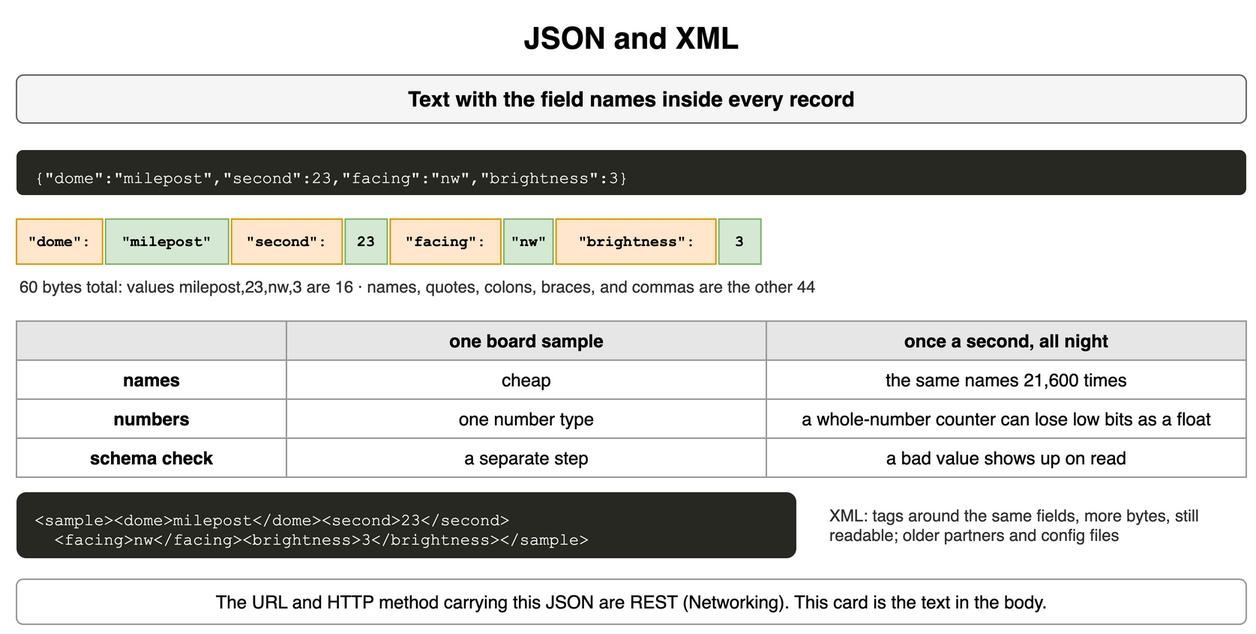
amendez13/swe-study-guide keeps this draw.io diagram as content/09_System_Design_Interview/14_Encoding_Serialization_and_Schema_Evolution/diagrams/encoding-1-json-and-xml.png. Above is the earlier version. Source tidied: cells renumbered, new cells last; positions are measured from the earlier drawing's top-left corner, leaving out a move shared by most shapes. The source it was exported from:
```xml
<mxGraphModel>
  <root>
    <mxCell id="0" />
    <mxCell id="1" parent="0" />
    <mxCell id="2" value="JSON and XML" style="text;html=1;align=center;verticalAlign=middle;whiteSpace=wrap;fontSize=20;fontStyle=1;" parent="1" vertex="1">
      <mxGeometry width="820" height="30" as="geometry" />
    </mxCell>
    <mxCell id="3" value="Text with the field names inside every record" style="rounded=1;whiteSpace=wrap;html=1;fillColor=#f5f5f5;strokeColor=#666666;fontStyle=1;fontSize=14;" parent="1" vertex="1">
      <mxGeometry y="40" width="820" height="32" as="geometry" />
    </mxCell>
    <mxCell id="4" value="{&amp;quot;dome&amp;quot;:&amp;quot;milepost&amp;quot;,&amp;quot;second&amp;quot;:23,&amp;quot;facing&amp;quot;:&amp;quot;nw&amp;quot;,&amp;quot;brightness&amp;quot;:3}" style="rounded=1;whiteSpace=wrap;html=1;align=left;verticalAlign=top;spacingLeft=10;spacingTop=6;fontFamily=Courier New;fontSize=11;fillColor=#272822;fontColor=#f8f8f2;strokeColor=none;" parent="1" vertex="1">
      <mxGeometry y="90" width="820" height="30" as="geometry" />
    </mxCell>
    <mxCell id="5" value="&quot;dome&quot;:" style="rounded=0;whiteSpace=wrap;html=1;fontFamily=Courier New;fontStyle=1;fontSize=13;fillColor=#ffe6cc;strokeColor=#d79b00;fontSize=10;" parent="1" vertex="1">
      <mxGeometry y="136" width="57.4" height="30" as="geometry" />
    </mxCell>
    <mxCell id="6" value="&quot;milepost&quot;" style="rounded=0;whiteSpace=wrap;html=1;fontFamily=Courier New;fontStyle=1;fontSize=13;fillColor=#d5e8d4;strokeColor=#82b366;fontSize=10;" parent="1" vertex="1">
      <mxGeometry x="59.4" y="136" width="82" height="30" as="geometry" />
    </mxCell>
    <mxCell id="7" value="&quot;second&quot;:" style="rounded=0;whiteSpace=wrap;html=1;fontFamily=Courier New;fontStyle=1;fontSize=13;fillColor=#ffe6cc;strokeColor=#d79b00;fontSize=10;" parent="1" vertex="1">
      <mxGeometry x="143.4" y="136" width="73.8" height="30" as="geometry" />
    </mxCell>
    <mxCell id="8" value="23" style="rounded=0;whiteSpace=wrap;html=1;fontFamily=Courier New;fontStyle=1;fontSize=13;fillColor=#d5e8d4;strokeColor=#82b366;fontSize=10;" parent="1" vertex="1">
      <mxGeometry x="219.2" y="136" width="28" height="30" as="geometry" />
    </mxCell>
    <mxCell id="9" value="&quot;facing&quot;:" style="rounded=0;whiteSpace=wrap;html=1;fontFamily=Courier New;fontStyle=1;fontSize=13;fillColor=#ffe6cc;strokeColor=#d79b00;fontSize=10;" parent="1" vertex="1">
      <mxGeometry x="249.2" y="136" width="73.8" height="30" as="geometry" />
    </mxCell>
    <mxCell id="10" value="&quot;nw&quot;" style="rounded=0;whiteSpace=wrap;html=1;fontFamily=Courier New;fontStyle=1;fontSize=13;fillColor=#d5e8d4;strokeColor=#82b366;fontSize=10;" parent="1" vertex="1">
      <mxGeometry x="325" y="136" width="32.8" height="30" as="geometry" />
    </mxCell>
    <mxCell id="11" value="&quot;brightness&quot;:" style="rounded=0;whiteSpace=wrap;html=1;fontFamily=Courier New;fontStyle=1;fontSize=13;fillColor=#ffe6cc;strokeColor=#d79b00;fontSize=10;" parent="1" vertex="1">
      <mxGeometry x="359.8" y="136" width="106.6" height="30" as="geometry" />
    </mxCell>
    <mxCell id="12" value="3" style="rounded=0;whiteSpace=wrap;html=1;fontFamily=Courier New;fontStyle=1;fontSize=13;fillColor=#d5e8d4;strokeColor=#82b366;fontSize=10;" parent="1" vertex="1">
      <mxGeometry x="468.4" y="136" width="28" height="30" as="geometry" />
    </mxCell>
    <mxCell id="13" value="60 bytes total: values milepost,23,nw,3 are 16 · names, quotes, colons, braces, and commas are the other 44" style="text;html=1;whiteSpace=wrap;fontSize=11;align=left;verticalAlign=middle;fontSize=11;fontColor=#333333;" parent="1" vertex="1">
      <mxGeometry y="172" width="820" height="18" as="geometry" />
    </mxCell>
    <mxCell id="14" style="whiteSpace=wrap;html=1;fillColor=#e6e6e6;strokeColor=#999999;fontStyle=1;fontSize=12;" parent="1" vertex="1">
      <mxGeometry y="204" width="180" height="26" as="geometry" />
    </mxCell>
    <mxCell id="15" value="one board sample" style="whiteSpace=wrap;html=1;fillColor=#e6e6e6;strokeColor=#999999;fontStyle=1;fontSize=12;" parent="1" vertex="1">
      <mxGeometry x="180" y="204" width="320" height="26" as="geometry" />
    </mxCell>
    <mxCell id="16" value="once a second, all night" style="whiteSpace=wrap;html=1;fillColor=#e6e6e6;strokeColor=#999999;fontStyle=1;fontSize=12;" parent="1" vertex="1">
      <mxGeometry x="500" y="204" width="320" height="26" as="geometry" />
    </mxCell>
    <mxCell id="17" value="names" style="whiteSpace=wrap;html=1;strokeColor=#999999;fontSize=12;fillColor=#ffffff;fontStyle=1;" parent="1" vertex="1">
      <mxGeometry y="230" width="180" height="26" as="geometry" />
    </mxCell>
    <mxCell id="18" value="cheap" style="whiteSpace=wrap;html=1;strokeColor=#999999;fontSize=12;fillColor=#ffffff;" parent="1" vertex="1">
      <mxGeometry x="180" y="230" width="320" height="26" as="geometry" />
    </mxCell>
    <mxCell id="19" value="the same names 21,600 times" style="whiteSpace=wrap;html=1;strokeColor=#999999;fontSize=12;fillColor=#ffffff;" parent="1" vertex="1">
      <mxGeometry x="500" y="230" width="320" height="26" as="geometry" />
    </mxCell>
    <mxCell id="20" value="numbers" style="whiteSpace=wrap;html=1;strokeColor=#999999;fontSize=12;fillColor=#ffffff;fontStyle=1;" parent="1" vertex="1">
      <mxGeometry y="256" width="180" height="26" as="geometry" />
    </mxCell>
    <mxCell id="21" value="one number type" style="whiteSpace=wrap;html=1;strokeColor=#999999;fontSize=12;fillColor=#ffffff;" parent="1" vertex="1">
      <mxGeometry x="180" y="256" width="320" height="26" as="geometry" />
    </mxCell>
    <mxCell id="22" value="a whole-number counter can lose low bits as a float" style="whiteSpace=wrap;html=1;strokeColor=#999999;fontSize=12;fillColor=#ffffff;" parent="1" vertex="1">
      <mxGeometry x="500" y="256" width="320" height="26" as="geometry" />
    </mxCell>
    <mxCell id="23" value="schema check" style="whiteSpace=wrap;html=1;strokeColor=#999999;fontSize=12;fillColor=#ffffff;fontStyle=1;" parent="1" vertex="1">
      <mxGeometry y="282" width="180" height="26" as="geometry" />
    </mxCell>
    <mxCell id="24" value="a separate step" style="whiteSpace=wrap;html=1;strokeColor=#999999;fontSize=12;fillColor=#ffffff;" parent="1" vertex="1">
      <mxGeometry x="180" y="282" width="320" height="26" as="geometry" />
    </mxCell>
    <mxCell id="25" value="a bad value shows up on read" style="whiteSpace=wrap;html=1;strokeColor=#999999;fontSize=12;fillColor=#ffffff;" parent="1" vertex="1">
      <mxGeometry x="500" y="282" width="320" height="26" as="geometry" />
    </mxCell>
    <mxCell id="26" value="&amp;lt;sample&amp;gt;&amp;lt;dome&amp;gt;milepost&amp;lt;/dome&amp;gt;&amp;lt;second&amp;gt;23&amp;lt;/second&amp;gt;&lt;br&gt;&amp;nbsp;&amp;nbsp;&amp;lt;facing&amp;gt;nw&amp;lt;/facing&amp;gt;&amp;lt;brightness&amp;gt;3&amp;lt;/brightness&amp;gt;&amp;lt;/sample&amp;gt;" style="rounded=1;whiteSpace=wrap;html=1;align=left;verticalAlign=top;spacingLeft=10;spacingTop=6;fontFamily=Courier New;fontSize=11;fillColor=#272822;fontColor=#f8f8f2;strokeColor=none;" parent="1" vertex="1">
      <mxGeometry y="318" width="520" height="44" as="geometry" />
    </mxCell>
    <mxCell id="27" value="XML: tags around the same fields, more bytes, still readable; older partners and config files" style="text;html=1;whiteSpace=wrap;fontSize=11;align=left;verticalAlign=middle;fontSize=11;fontColor=#333333;" parent="1" vertex="1">
      <mxGeometry x="540" y="318" width="280" height="44" as="geometry" />
    </mxCell>
    <mxCell id="28" value="The URL and HTTP method carrying this JSON are REST (Networking). This card is the text in the body." style="rounded=1;whiteSpace=wrap;html=1;fillColor=#ffffff;strokeColor=#999999;fontSize=12;align=center;" parent="1" vertex="1">
      <mxGeometry y="376" width="820" height="30" as="geometry" />
    </mxCell>
  </root>
</mxGraphModel>
```
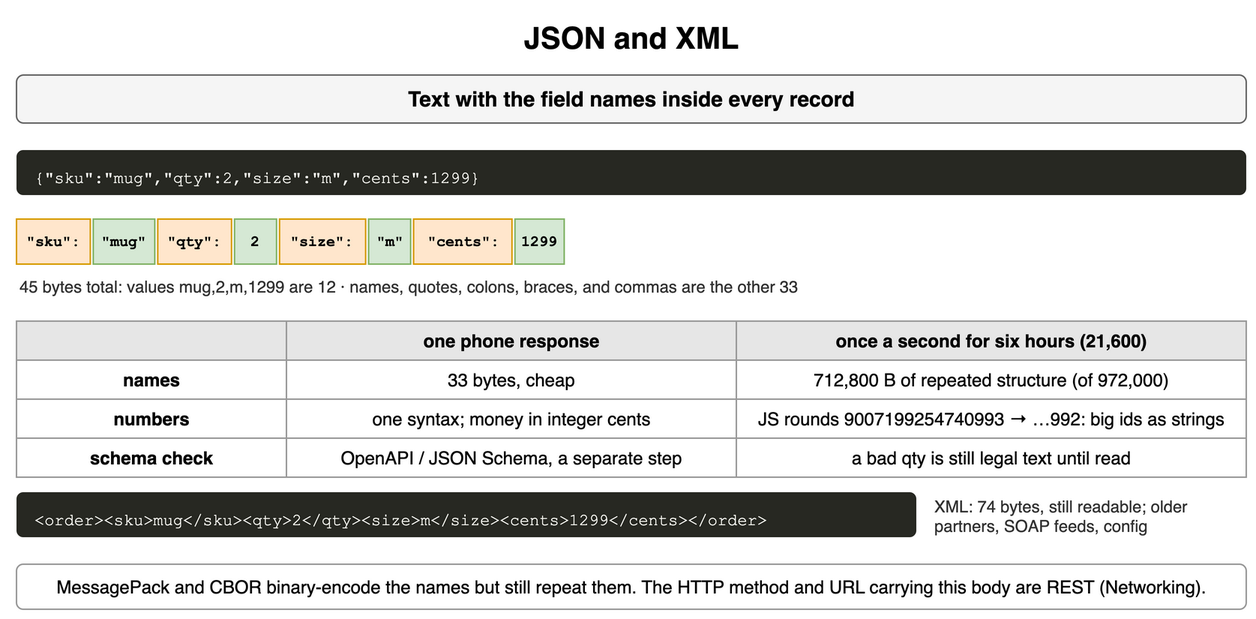
The same diagram one commit later.

Diff of the diagram source:
```diff
@@ -8,80 +8,80 @@
     <mxCell id="3" value="Text with the field names inside every record" style="rounded=1;whiteSpace=wrap;html=1;fillColor=#f5f5f5;strokeColor=#666666;fontStyle=1;fontSize=14;" parent="1" vertex="1">
       <mxGeometry y="40" width="820" height="32" as="geometry" />
     </mxCell>
-    <mxCell id="4" value="{&amp;quot;dome&amp;quot;:&amp;quot;milepost&amp;quot;,&amp;quot;second&amp;quot;:23,&amp;quot;facing&amp;quot;:&amp;quot;nw&amp;quot;,&amp;quot;brightness&amp;quot;:3}" style="rounded=1;whiteSpace=wrap;html=1;align=left;verticalAlign=top;spacingLeft=10;spacingTop=6;fontFamily=Courier New;fontSize=11;fillColor=#272822;fontColor=#f8f8f2;strokeColor=none;" parent="1" vertex="1">
+    <mxCell id="4" value="{&amp;quot;sku&amp;quot;:&amp;quot;mug&amp;quot;,&amp;quot;qty&amp;quot;:2,&amp;quot;size&amp;quot;:&amp;quot;m&amp;quot;,&amp;quot;cents&amp;quot;:1299}" style="rounded=1;whiteSpace=wrap;html=1;align=left;verticalAlign=top;spacingLeft=10;spacingTop=6;fontFamily=Courier New;fontSize=11;fillColor=#272822;fontColor=#f8f8f2;strokeColor=none;" parent="1" vertex="1">
       <mxGeometry y="90" width="820" height="30" as="geometry" />
     </mxCell>
-    <mxCell id="5" value="&quot;dome&quot;:" style="rounded=0;whiteSpace=wrap;html=1;fontFamily=Courier New;fontStyle=1;fontSize=13;fillColor=#ffe6cc;strokeColor=#d79b00;fontSize=10;" parent="1" vertex="1">
-      <mxGeometry y="136" width="57.4" height="30" as="geometry" />
+    <mxCell id="5" value="&quot;sku&quot;:" style="rounded=0;whiteSpace=wrap;html=1;fontFamily=Courier New;fontStyle=1;fontSize=13;fillColor=#ffe6cc;strokeColor=#d79b00;fontSize=10;" parent="1" vertex="1">
+      <mxGeometry y="136" width="49.2" height="30" as="geometry" />
     </mxCell>
-    <mxCell id="6" value="&quot;milepost&quot;" style="rounded=0;whiteSpace=wrap;html=1;fontFamily=Courier New;fontStyle=1;fontSize=13;fillColor=#d5e8d4;strokeColor=#82b366;fontSize=10;" parent="1" vertex="1">
-      <mxGeometry x="59.4" y="136" width="82" height="30" as="geometry" />
+    <mxCell id="6" value="&quot;mug&quot;" style="rounded=0;whiteSpace=wrap;html=1;fontFamily=Courier New;fontStyle=1;fontSize=13;fillColor=#d5e8d4;strokeColor=#82b366;fontSize=10;" parent="1" vertex="1">
+      <mxGeometry x="51.2" y="136" width="41" height="30" as="geometry" />
     </mxCell>
-    <mxCell id="7" value="&quot;second&quot;:" style="rounded=0;whiteSpace=wrap;html=1;fontFamily=Courier New;fontStyle=1;fontSize=13;fillColor=#ffe6cc;strokeColor=#d79b00;fontSize=10;" parent="1" vertex="1">
-      <mxGeometry x="143.4" y="136" width="73.8" height="30" as="geometry" />
+    <mxCell id="7" value="&quot;qty&quot;:" style="rounded=0;whiteSpace=wrap;html=1;fontFamily=Courier New;fontStyle=1;fontSize=13;fillColor=#ffe6cc;strokeColor=#d79b00;fontSize=10;" parent="1" vertex="1">
+      <mxGeometry x="94.2" y="136" width="49.2" height="30" as="geometry" />
     </mxCell>
-    <mxCell id="8" value="23" style="rounded=0;whiteSpace=wrap;html=1;fontFamily=Courier New;fontStyle=1;fontSize=13;fillColor=#d5e8d4;strokeColor=#82b366;fontSize=10;" parent="1" vertex="1">
-      <mxGeometry x="219.2" y="136" width="28" height="30" as="geometry" />
+    <mxCell id="8" value="2" style="rounded=0;whiteSpace=wrap;html=1;fontFamily=Courier New;fontStyle=1;fontSize=13;fillColor=#d5e8d4;strokeColor=#82b366;fontSize=10;" parent="1" vertex="1">
+      <mxGeometry x="145.4" y="136" width="28" height="30" as="geometry" />
     </mxCell>
-    <mxCell id="9" value="&quot;facing&quot;:" style="rounded=0;whiteSpace=wrap;html=1;fontFamily=Courier New;fontStyle=1;fontSize=13;fillColor=#ffe6cc;strokeColor=#d79b00;fontSize=10;" parent="1" vertex="1">
-      <mxGeometry x="249.2" y="136" width="73.8" height="30" as="geometry" />
+    <mxCell id="9" value="&quot;size&quot;:" style="rounded=0;whiteSpace=wrap;html=1;fontFamily=Courier New;fontStyle=1;fontSize=13;fillColor=#ffe6cc;strokeColor=#d79b00;fontSize=10;" parent="1" vertex="1">
+      <mxGeometry x="175.4" y="136" width="57.4" height="30" as="geometry" />
     </mxCell>
-    <mxCell id="10" value="&quot;nw&quot;" style="rounded=0;whiteSpace=wrap;html=1;fontFamily=Courier New;fontStyle=1;fontSize=13;fillColor=#d5e8d4;strokeColor=#82b366;fontSize=10;" parent="1" vertex="1">
-      <mxGeometry x="325" y="136" width="32.8" height="30" as="geometry" />
+    <mxCell id="10" value="&quot;m&quot;" style="rounded=0;whiteSpace=wrap;html=1;fontFamily=Courier New;fontStyle=1;fontSize=13;fillColor=#d5e8d4;strokeColor=#82b366;fontSize=10;" parent="1" vertex="1">
+      <mxGeometry x="234.8" y="136" width="28" height="30" as="geometry" />
     </mxCell>
-    <mxCell id="11" value="&quot;brightness&quot;:" style="rounded=0;whiteSpace=wrap;html=1;fontFamily=Courier New;fontStyle=1;fontSize=13;fillColor=#ffe6cc;strokeColor=#d79b00;fontSize=10;" parent="1" vertex="1">
-      <mxGeometry x="359.8" y="136" width="106.6" height="30" as="geometry" />
+    <mxCell id="11" value="&quot;cents&quot;:" style="rounded=0;whiteSpace=wrap;html=1;fontFamily=Courier New;fontStyle=1;fontSize=13;fillColor=#ffe6cc;strokeColor=#d79b00;fontSize=10;" parent="1" vertex="1">
+      <mxGeometry x="264.8" y="136" width="65.6" height="30" as="geometry" />
     </mxCell>
-    <mxCell id="12" value="3" style="rounded=0;whiteSpace=wrap;html=1;fontFamily=Courier New;fontStyle=1;fontSize=13;fillColor=#d5e8d4;strokeColor=#82b366;fontSize=10;" parent="1" vertex="1">
-      <mxGeometry x="468.4" y="136" width="28" height="30" as="geometry" />
+    <mxCell id="12" value="1299" style="rounded=0;whiteSpace=wrap;html=1;fontFamily=Courier New;fontStyle=1;fontSize=13;fillColor=#d5e8d4;strokeColor=#82b366;fontSize=10;" parent="1" vertex="1">
+      <mxGeometry x="332.4" y="136" width="32.8" height="30" as="geometry" />
     </mxCell>
-    <mxCell id="13" value="60 bytes total: values milepost,23,nw,3 are 16 · names, quotes, colons, braces, and commas are the other 44" style="text;html=1;whiteSpace=wrap;fontSize=11;align=left;verticalAlign=middle;fontSize=11;fontColor=#333333;" parent="1" vertex="1">
+    <mxCell id="13" value="45 bytes total: values mug,2,m,1299 are 12 · names, quotes, colons, braces, and commas are the other 33" style="text;html=1;whiteSpace=wrap;fontSize=11;align=left;verticalAlign=middle;fontSize=11;fontColor=#333333;" parent="1" vertex="1">
       <mxGeometry y="172" width="820" height="18" as="geometry" />
     </mxCell>
     <mxCell id="14" style="whiteSpace=wrap;html=1;fillColor=#e6e6e6;strokeColor=#999999;fontStyle=1;fontSize=12;" parent="1" vertex="1">
       <mxGeometry y="204" width="180" height="26" as="geometry" />
     </mxCell>
-    <mxCell id="15" value="one board sample" style="whiteSpace=wrap;html=1;fillColor=#e6e6e6;strokeColor=#999999;fontStyle=1;fontSize=12;" parent="1" vertex="1">
-      <mxGeometry x="180" y="204" width="320" height="26" as="geometry" />
+    <mxCell id="15" value="one phone response" style="whiteSpace=wrap;html=1;fillColor=#e6e6e6;strokeColor=#999999;fontStyle=1;fontSize=12;" parent="1" vertex="1">
+      <mxGeometry x="180" y="204" width="300" height="26" as="geometry" />
     </mxCell>
-    <mxCell id="16" value="once a second, all night" style="whiteSpace=wrap;html=1;fillColor=#e6e6e6;strokeColor=#999999;fontStyle=1;fontSize=12;" parent="1" vertex="1">
-      <mxGeometry x="500" y="204" width="320" height="26" as="geometry" />
+    <mxCell id="16" value="once a second for six hours (21,600)" style="whiteSpace=wrap;html=1;fillColor=#e6e6e6;strokeColor=#999999;fontStyle=1;fontSize=12;" parent="1" vertex="1">
+      <mxGeometry x="480" y="204" width="340" height="26" as="geometry" />
     </mxCell>
     <mxCell id="17" value="names" style="whiteSpace=wrap;html=1;strokeColor=#999999;fontSize=12;fillColor=#ffffff;fontStyle=1;" parent="1" vertex="1">
       <mxGeometry y="230" width="180" height="26" as="geometry" />
     </mxCell>
-    <mxCell id="18" value="cheap" style="whiteSpace=wrap;html=1;strokeColor=#999999;fontSize=12;fillColor=#ffffff;" parent="1" vertex="1">
-      <mxGeometry x="180" y="230" width="320" height="26" as="geometry" />
+    <mxCell id="18" value="33 bytes, cheap" style="whiteSpace=wrap;html=1;strokeColor=#999999;fontSize=12;fillColor=#ffffff;" parent="1" vertex="1">
+      <mxGeometry x="180" y="230" width="300" height="26" as="geometry" />
     </mxCell>
-    <mxCell id="19" value="the same names 21,600 times" style="whiteSpace=wrap;html=1;strokeColor=#999999;fontSize=12;fillColor=#ffffff;" parent="1" vertex="1">
-      <mxGeometry x="500" y="230" width="320" height="26" as="geometry" />
+    <mxCell id="19" value="712,800 B of repeated structure (of 972,000)" style="whiteSpace=wrap;html=1;strokeColor=#999999;fontSize=12;fillColor=#ffffff;" parent="1" vertex="1">
+      <mxGeometry x="480" y="230" width="340" height="26" as="geometry" />
     </mxCell>
     <mxCell id="20" value="numbers" style="whiteSpace=wrap;html=1;strokeColor=#999999;fontSize=12;fillColor=#ffffff;fontStyle=1;" parent="1" vertex="1">
       <mxGeometry y="256" width="180" height="26" as="geometry" />
     </mxCell>
-    <mxCell id="21" value="one number type" style="whiteSpace=wrap;html=1;strokeColor=#999999;fontSize=12;fillColor=#ffffff;" parent="1" vertex="1">
-      <mxGeometry x="180" y="256" width="320" height="26" as="geometry" />
+    <mxCell id="21" value="one syntax; money in integer cents" style="whiteSpace=wrap;html=1;strokeColor=#999999;fontSize=12;fillColor=#ffffff;" parent="1" vertex="1">
+      <mxGeometry x="180" y="256" width="300" height="26" as="geometry" />
     </mxCell>
-    <mxCell id="22" value="a whole-number counter can lose low bits as a float" style="whiteSpace=wrap;html=1;strokeColor=#999999;fontSize=12;fillColor=#ffffff;" parent="1" vertex="1">
-      <mxGeometry x="500" y="256" width="320" height="26" as="geometry" />
+    <mxCell id="22" value="JS rounds 9007199254740993 → …992: big ids as strings" style="whiteSpace=wrap;html=1;strokeColor=#999999;fontSize=12;fillColor=#ffffff;" parent="1" vertex="1">
+      <mxGeometry x="480" y="256" width="340" height="26" as="geometry" />
     </mxCell>
     <mxCell id="23" value="schema check" style="whiteSpace=wrap;html=1;strokeColor=#999999;fontSize=12;fillColor=#ffffff;fontStyle=1;" parent="1" vertex="1">
       <mxGeometry y="282" width="180" height="26" as="geometry" />
     </mxCell>
-    <mxCell id="24" value="a separate step" style="whiteSpace=wrap;html=1;strokeColor=#999999;fontSize=12;fillColor=#ffffff;" parent="1" vertex="1">
-      <mxGeometry x="180" y="282" width="320" height="26" as="geometry" />
+    <mxCell id="24" value="OpenAPI / JSON Schema, a separate step" style="whiteSpace=wrap;html=1;strokeColor=#999999;fontSize=12;fillColor=#ffffff;" parent="1" vertex="1">
+      <mxGeometry x="180" y="282" width="300" height="26" as="geometry" />
     </mxCell>
-    <mxCell id="25" value="a bad value shows up on read" style="whiteSpace=wrap;html=1;strokeColor=#999999;fontSize=12;fillColor=#ffffff;" parent="1" vertex="1">
-      <mxGeometry x="500" y="282" width="320" height="26" as="geometry" />
+    <mxCell id="25" value="a bad qty is still legal text until read" style="whiteSpace=wrap;html=1;strokeColor=#999999;fontSize=12;fillColor=#ffffff;" parent="1" vertex="1">
+      <mxGeometry x="480" y="282" width="340" height="26" as="geometry" />
     </mxCell>
-    <mxCell id="26" value="&amp;lt;sample&amp;gt;&amp;lt;dome&amp;gt;milepost&amp;lt;/dome&amp;gt;&amp;lt;second&amp;gt;23&amp;lt;/second&amp;gt;&lt;br&gt;&amp;nbsp;&amp;nbsp;&amp;lt;facing&amp;gt;nw&amp;lt;/facing&amp;gt;&amp;lt;brightness&amp;gt;3&amp;lt;/brightness&amp;gt;&amp;lt;/sample&amp;gt;" style="rounded=1;whiteSpace=wrap;html=1;align=left;verticalAlign=top;spacingLeft=10;spacingTop=6;fontFamily=Courier New;fontSize=11;fillColor=#272822;fontColor=#f8f8f2;strokeColor=none;" parent="1" vertex="1">
-      <mxGeometry y="318" width="520" height="44" as="geometry" />
+    <mxCell id="26" value="&amp;lt;order&amp;gt;&amp;lt;sku&amp;gt;mug&amp;lt;/sku&amp;gt;&amp;lt;qty&amp;gt;2&amp;lt;/qty&amp;gt;&amp;lt;size&amp;gt;m&amp;lt;/size&amp;gt;&amp;lt;cents&amp;gt;1299&amp;lt;/cents&amp;gt;&amp;lt;/order&amp;gt;" style="rounded=1;whiteSpace=wrap;html=1;align=left;verticalAlign=top;spacingLeft=10;spacingTop=6;fontFamily=Courier New;fontSize=11;fillColor=#272822;fontColor=#f8f8f2;strokeColor=none;" parent="1" vertex="1">
+      <mxGeometry y="318" width="600" height="30" as="geometry" />
     </mxCell>
-    <mxCell id="27" value="XML: tags around the same fields, more bytes, still readable; older partners and config files" style="text;html=1;whiteSpace=wrap;fontSize=11;align=left;verticalAlign=middle;fontSize=11;fontColor=#333333;" parent="1" vertex="1">
-      <mxGeometry x="540" y="318" width="280" height="44" as="geometry" />
+    <mxCell id="27" value="XML: 74 bytes, still readable; older partners, SOAP feeds, config" style="text;html=1;whiteSpace=wrap;fontSize=11;align=left;verticalAlign=middle;fontSize=11;fontColor=#333333;" parent="1" vertex="1">
+      <mxGeometry x="610" y="312" width="210" height="44" as="geometry" />
     </mxCell>
-    <mxCell id="28" value="The URL and HTTP method carrying this JSON are REST (Networking). This card is the text in the body." style="rounded=1;whiteSpace=wrap;html=1;fillColor=#ffffff;strokeColor=#999999;fontSize=12;align=center;" parent="1" vertex="1">
-      <mxGeometry y="376" width="820" height="30" as="geometry" />
+    <mxCell id="28" value="MessagePack and CBOR binary-encode the names but still repeat them. The HTTP method and URL carrying this body are REST (Networking)." style="rounded=1;whiteSpace=wrap;html=1;fillColor=#ffffff;strokeColor=#999999;fontSize=12;align=center;" parent="1" vertex="1">
+      <mxGeometry y="366" width="820" height="30" as="geometry" />
     </mxCell>
   </root>
 </mxGraphModel>
```
